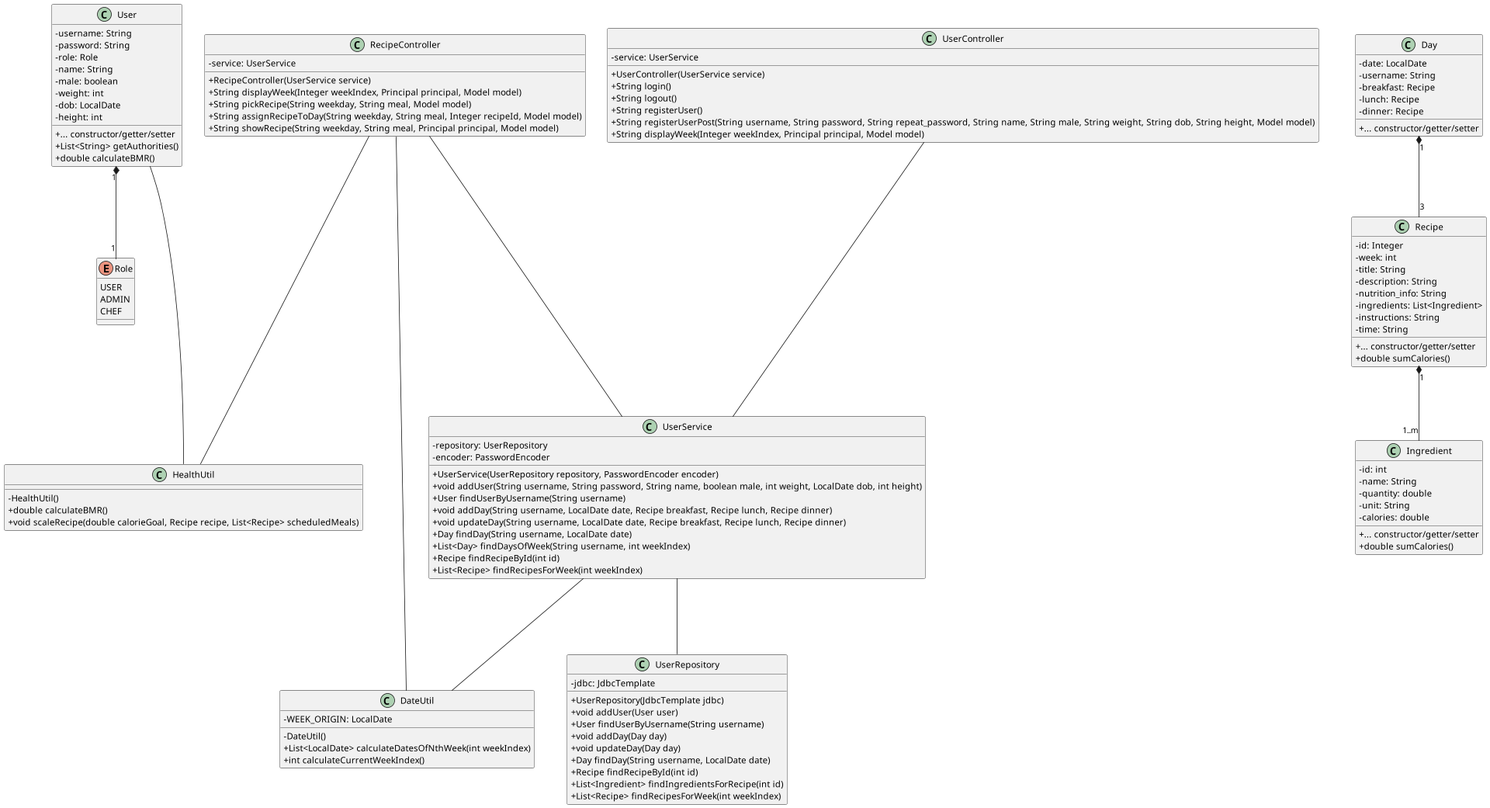
Above: diagram/class-diagram.png in sofush/kostplan (PlantUML), before the change.
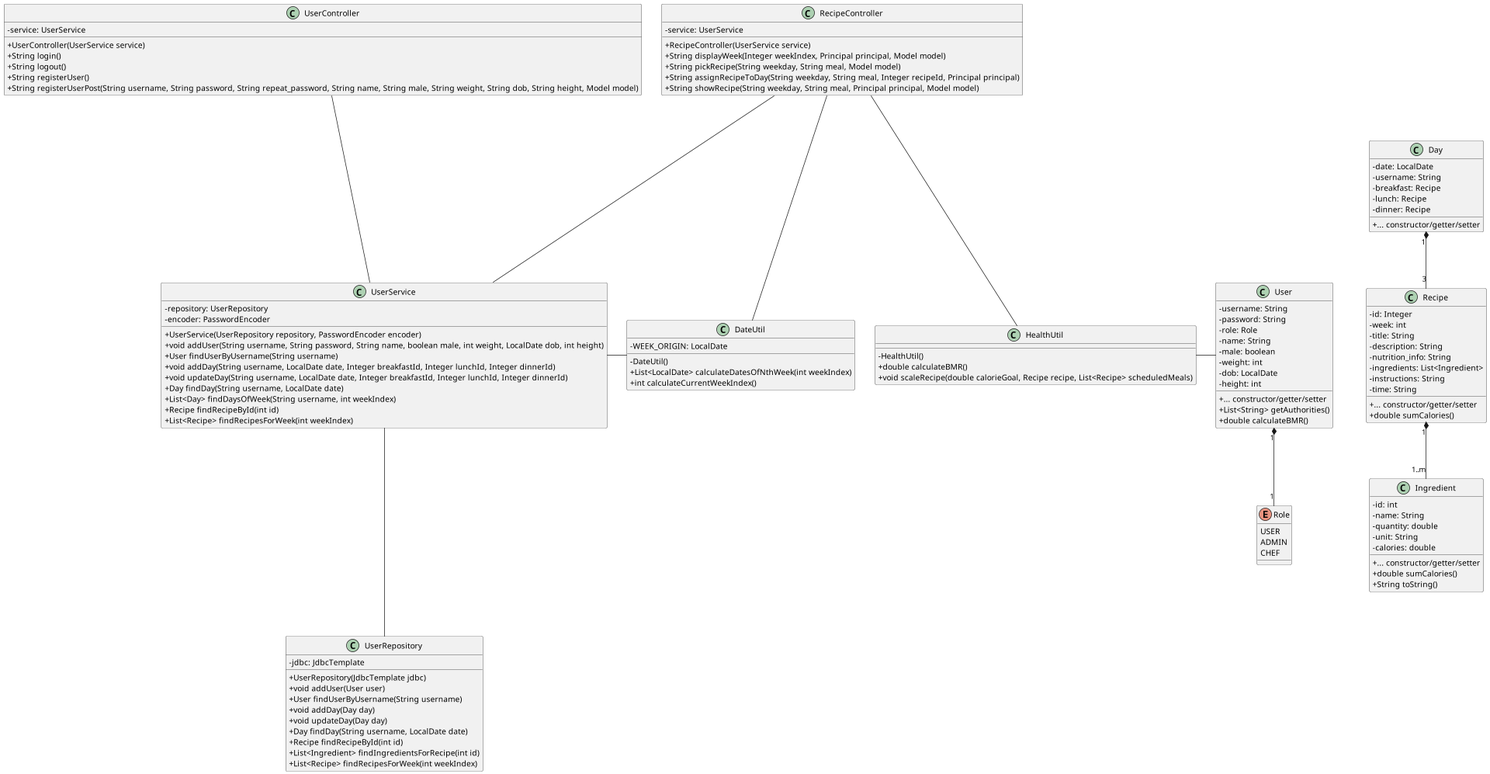
The same diagram one commit later.

Commit message:
docs: improve readability of class diagram

Change to the diagram source:
```diff
@@ -47,6 +47,7 @@
 	- calories: double
 	{method} + ... constructor/getter/setter
 	+ double sumCalories()
+	+ String toString()
 }
 class UserController {
 	- service: UserService
@@ -55,14 +56,13 @@
 	+ String logout()
 	+ String registerUser()
 	+ String registerUserPost(String username, String password, String repeat_password, String name, String male, String weight, String dob, String height, Model model)
-	+ String displayWeek(Integer weekIndex, Principal principal, Model model)
 }
 class RecipeController {
 	- service: UserService
 	+ RecipeController(UserService service)
 	+ String displayWeek(Integer weekIndex, Principal principal, Model model)
 	+ String pickRecipe(String weekday, String meal, Model model)
-	+ String assignRecipeToDay(String weekday, String meal, Integer recipeId, Model model)
+	+ String assignRecipeToDay(String weekday, String meal, Integer recipeId, Principal principal)
 	+ String showRecipe(String weekday, String meal, Principal principal, Model model)
 }
 class UserService {
@@ -71,8 +71,8 @@
 	+ UserService(UserRepository repository, PasswordEncoder encoder)
 	+ void addUser(String username, String password, String name, boolean male, int weight, LocalDate dob, int height)
 	+ User findUserByUsername(String username)
-	+ void addDay(String username, LocalDate date, Recipe breakfast, Recipe lunch, Recipe dinner)
-	+ void updateDay(String username, LocalDate date, Recipe breakfast, Recipe lunch, Recipe dinner)
+	+ void addDay(String username, LocalDate date, Integer breakfastId, Integer lunchId, Integer dinnerId)
+	+ void updateDay(String username, LocalDate date, Integer breakfastId, Integer lunchId, Integer dinnerId)
 	+ Day findDay(String username, LocalDate date)
 	+ List<Day> findDaysOfWeek(String username, int weekIndex)
 	+ Recipe findRecipeById(int id)
@@ -105,11 +105,15 @@
 UserController --- UserService
 RecipeController --- UserService
 UserService --- UserRepository
-UserService --- DateUtil
+
 RecipeController --- DateUtil
-User --- HealthUtil
+RecipeController --- HealthUtil
+UserService -r-- DateUtil
+HealthUtil -r-- User
+
 User " 1" *-- " 1" Role
 Day " 1" *-- " 3" Recipe
 Recipe " 1" *-- " 1..m" Ingredient
-RecipeController --- HealthUtil
+
+User -r[hidden]-- Recipe
 @enduml
```
